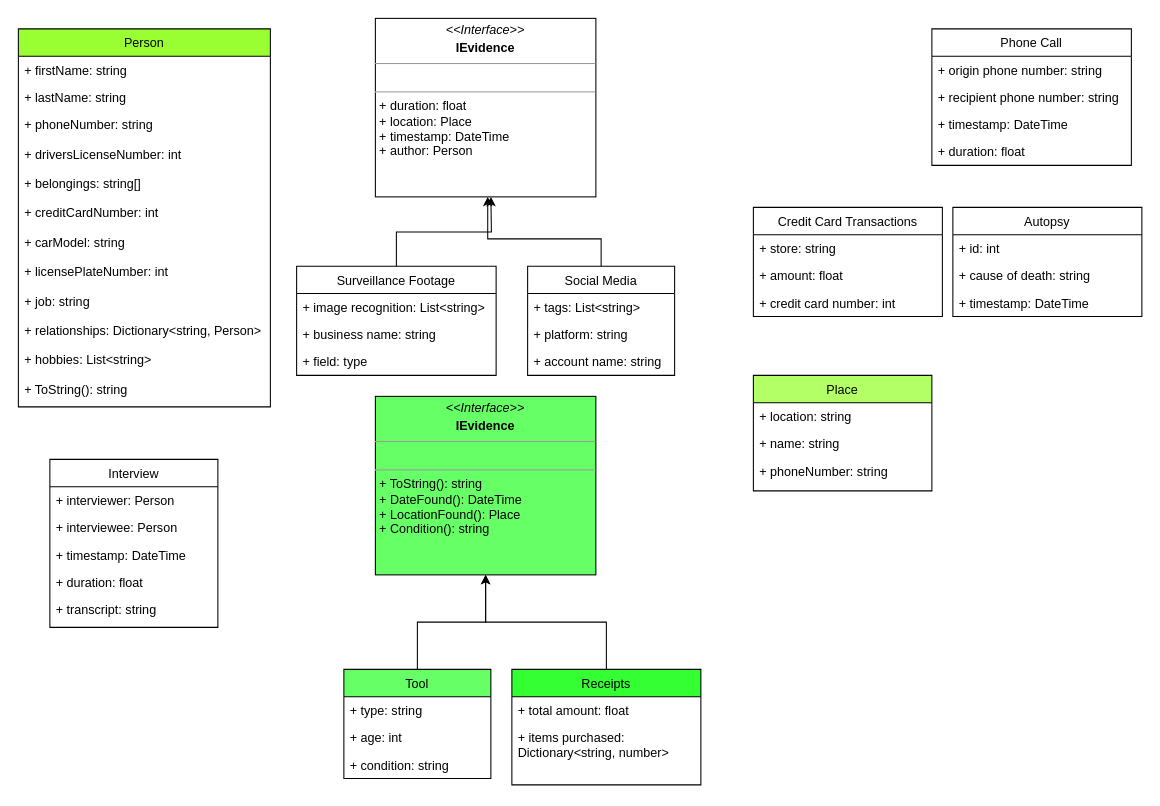
Earlier version of the draw.io diagram murdermystery.drawio (kirakirakira/urban-pancake). Source tidied: cells renumbered, new cells numbered last; positions are measured from the earlier drawing's top-left corner, leaving out a move shared by most shapes. Both pictures are drawn from the tidied source at 105%, with x=0, y=0 at pixel (18, 18).
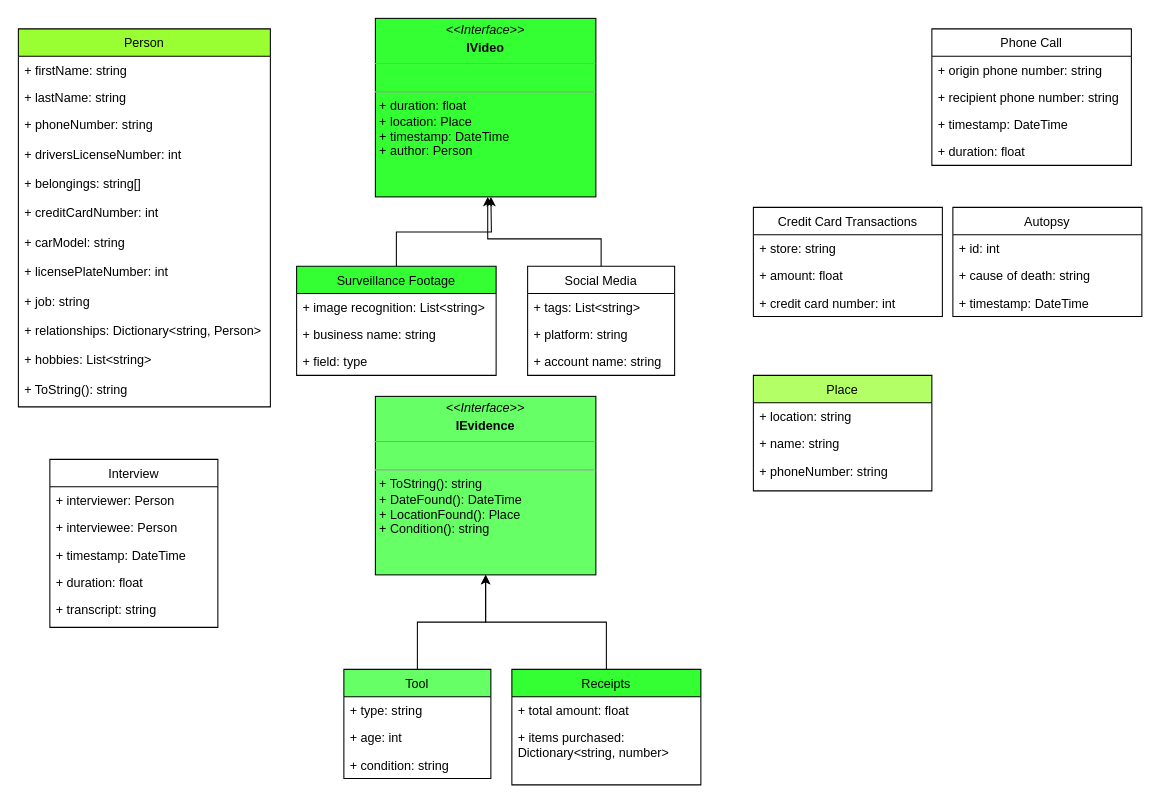
Above is the later version.

Commit message (it also covers changes not shown here):
trying out xunit stuff

Diff of the diagram source:
```diff
@@
-    <mxCell id="24" value="Surveillance Footage" style="swimlane;fontStyle=0;horizontal=1;startSize=26;fillColor=none;" parent="1" vertex="1">
+    <mxCell id="24" value="Surveillance Footage" style="swimlane;fontStyle=0;horizontal=1;startSize=26;fillColor=#33FF33;" parent="1" vertex="1">
       <mxGeometry x="265" y="236" width="190" height="104" as="geometry" />
     </mxCell>
@@
-    <mxCell id="49" value="&lt;p style=&quot;margin: 0px ; margin-top: 4px ; text-align: center&quot;&gt;&lt;i&gt;&amp;lt;&amp;lt;Interface&amp;gt;&amp;gt;&lt;/i&gt;&lt;b&gt;&lt;br&gt;&lt;/b&gt;&lt;/p&gt;&lt;p style=&quot;margin: 0px ; margin-top: 4px ; text-align: center&quot;&gt;&lt;b&gt;IEvidence&lt;/b&gt;&lt;br&gt;&lt;b&gt;&lt;/b&gt;&lt;/p&gt;&lt;hr size=&quot;1&quot;&gt;&lt;p style=&quot;margin: 0px ; margin-left: 4px&quot;&gt;&lt;br&gt;&lt;/p&gt;&lt;hr size=&quot;1&quot;&gt;&lt;p style=&quot;margin: 0px ; margin-left: 4px&quot;&gt;+ duration: float&lt;br&gt;+ location: Place&lt;/p&gt;&lt;p style=&quot;margin: 0px ; margin-left: 4px&quot;&gt;+ timestamp: DateTime&lt;/p&gt;&lt;p style=&quot;margin: 0px ; margin-left: 4px&quot;&gt;+ author: Person&lt;/p&gt;&lt;p style=&quot;margin: 0px ; margin-left: 4px&quot;&gt;&lt;br&gt;&lt;/p&gt;&lt;p style=&quot;margin: 0px ; margin-left: 4px&quot;&gt;&lt;br&gt;&lt;/p&gt;" style="verticalAlign=top;align=left;overflow=fill;fontSize=12;fontFamily=Helvetica;html=1;fillColor=#FFFFFF;" parent="1" vertex="1">
+    <mxCell id="49" value="&lt;p style=&quot;margin: 0px ; margin-top: 4px ; text-align: center&quot;&gt;&lt;i&gt;&amp;lt;&amp;lt;Interface&amp;gt;&amp;gt;&lt;/i&gt;&lt;b&gt;&lt;br&gt;&lt;/b&gt;&lt;/p&gt;&lt;p style=&quot;margin: 0px ; margin-top: 4px ; text-align: center&quot;&gt;&lt;b&gt;IVideo&lt;/b&gt;&lt;br&gt;&lt;b&gt;&lt;/b&gt;&lt;/p&gt;&lt;hr size=&quot;1&quot;&gt;&lt;p style=&quot;margin: 0px ; margin-left: 4px&quot;&gt;&lt;br&gt;&lt;/p&gt;&lt;hr size=&quot;1&quot;&gt;&lt;p style=&quot;margin: 0px ; margin-left: 4px&quot;&gt;+ duration: float&lt;br&gt;+ location: Place&lt;/p&gt;&lt;p style=&quot;margin: 0px ; margin-left: 4px&quot;&gt;+ timestamp: DateTime&lt;/p&gt;&lt;p style=&quot;margin: 0px ; margin-left: 4px&quot;&gt;+ author: Person&lt;/p&gt;&lt;p style=&quot;margin: 0px ; margin-left: 4px&quot;&gt;&lt;br&gt;&lt;/p&gt;&lt;p style=&quot;margin: 0px ; margin-left: 4px&quot;&gt;&lt;br&gt;&lt;/p&gt;" style="verticalAlign=top;align=left;overflow=fill;fontSize=12;fontFamily=Helvetica;html=1;fillColor=#33FF33;" parent="1" vertex="1">
       <mxGeometry x="340" width="210" height="170" as="geometry" />
     </mxCell>
```
